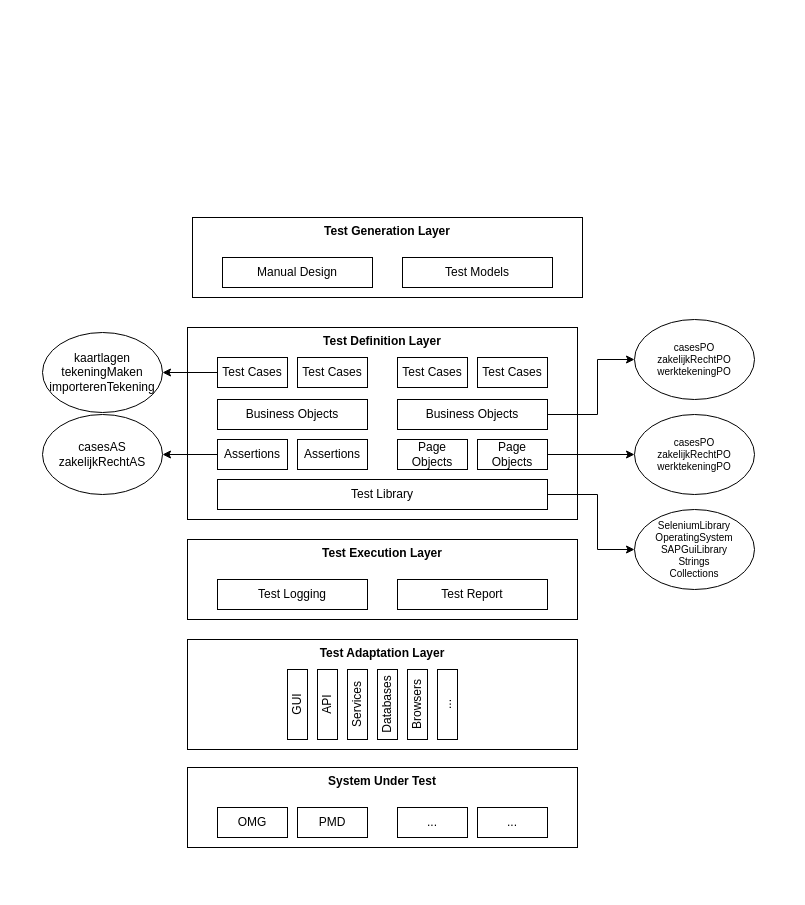
Earlier version of the draw.io diagram ta.drawio (yusufkaracaburun/drawings). Source tidied: cells renumbered, new cells numbered last; positions are measured from the earlier drawing's top-left corner, leaving out a move shared by most shapes. Both pictures are drawn from the tidied source at 100%, with x=0, y=0 at pixel (42, 217).
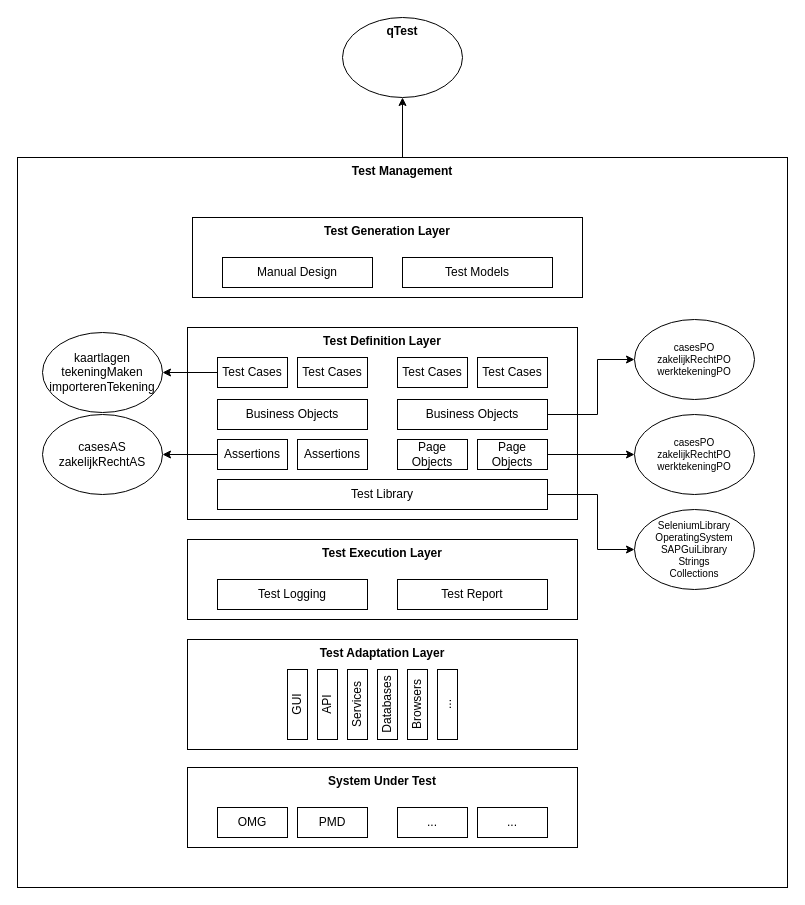
Above is the later version.

The edit, as a diff of the source:
```diff
@@
+    <mxCell id="42" style="edgeStyle=orthogonalEdgeStyle;rounded=0;jettySize=auto;html=1;" parent="1" edge="1" source="43" target="44">
+      <mxGeometry relative="1" as="geometry" />
+    </mxCell>
+    <mxCell id="43" value="Test Management" style="rounded=0;whiteSpace=wrap;html=1;verticalAlign=top;fontStyle=1;" parent="1" vertex="1">
+      <mxGeometry x="-25" y="-60" width="770" height="730" as="geometry" />
+    </mxCell>
@@
+    <mxCell id="44" value="qTest" style="ellipse;whiteSpace=wrap;html=1;rounded=0;fontStyle=1;verticalAlign=top;" parent="1" vertex="1">
+      <mxGeometry x="300" y="-200" width="120" height="80" as="geometry" />
+    </mxCell>
```
